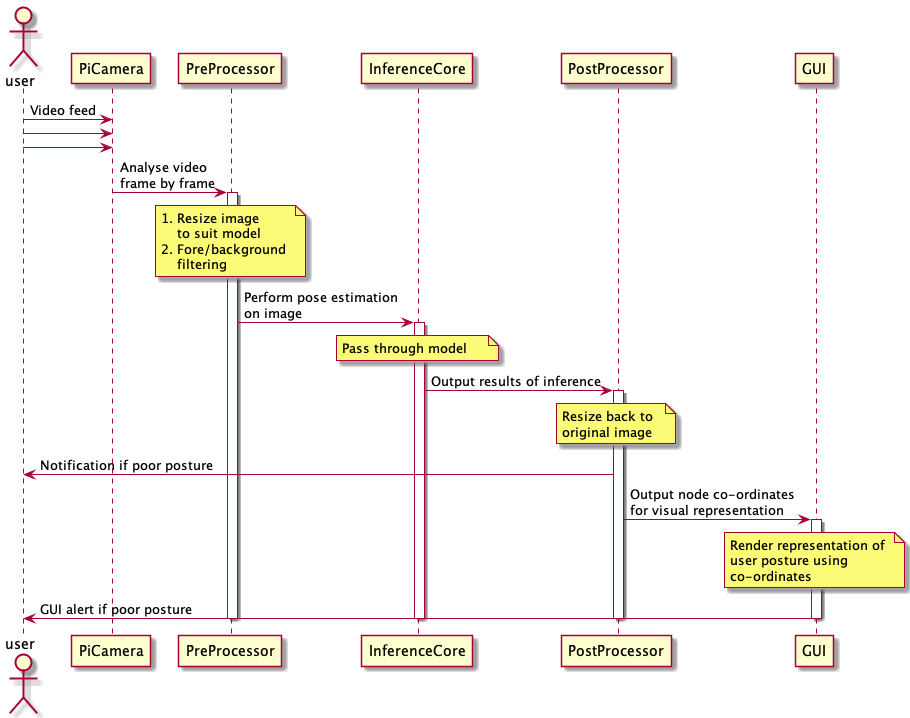
The PlantUML diagram docs/images/sequence-diagram.png in ESE-Peasy/PosturePerfection, before a commit. Source of this version:
```plantuml
@startuml
actor user
participant PiCamera
participant PreProcessor
participant InferenceCore
participant PostProcessor
participant GUI

user -> PiCamera: Video feed
user -> PiCamera:
user -> PiCamera:
PiCamera -> PreProcessor: Analyse video \nframe by frame
activate PreProcessor
note over PreProcessor
    1. Resize image
        to suit model
    2. Fore/background
        filtering
end note
PreProcessor -> InferenceCore: Perform pose estimation \non image
activate InferenceCore

note over InferenceCore
    Pass through model
end note

InferenceCore -> PostProcessor : Output results of inference

activate PostProcessor

note over PostProcessor
    Resize back to
    original image
end note

user <- PostProcessor : Notification if poor posture

PostProcessor -> GUI : Output node co-ordinates \nfor visual representation
activate GUI
note over GUI
    Render representation of
    user posture using
    co-ordinates
end note
user <- GUI : GUI alert if poor posture

deactivate
deactivate
deactivate
deactivate


@enduml
```
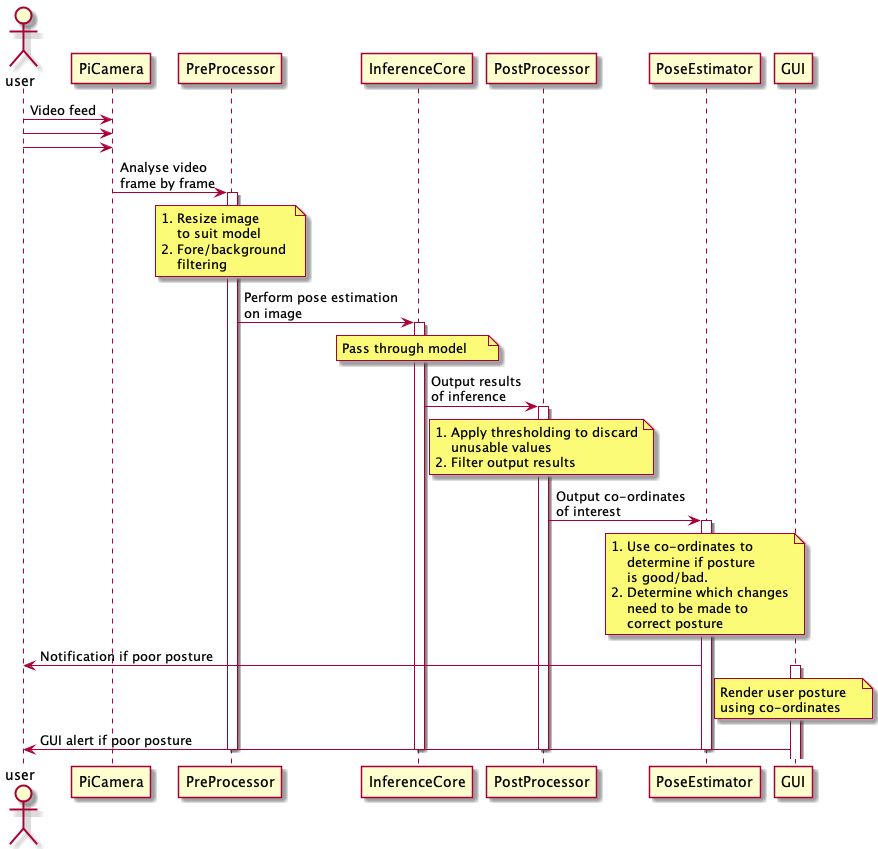
The same diagram one commit later.

Commit message:
Update sequence diagram and documentation

Diff of the diagram source:
```diff
@@ -4,6 +4,7 @@
 participant PreProcessor
 participant InferenceCore
 participant PostProcessor
+participant PoseEstimator
 participant GUI
 
 user -> PiCamera: Video feed
@@ -24,23 +25,35 @@
     Pass through model
 end note
 
-InferenceCore -> PostProcessor : Output results of inference
+InferenceCore -> PostProcessor : Output results \nof inference
 
 activate PostProcessor
 
 note over PostProcessor
-    Resize back to
-    original image
+    1. Apply thresholding to discard
+        unusable values
+    2. Filter output results
 end note
 
-user <- PostProcessor : Notification if poor posture
+PostProcessor -> PoseEstimator : Output co-ordinates \nof interest
 
-PostProcessor -> GUI : Output node co-ordinates \nfor visual representation
+activate PoseEstimator
+
+note over PoseEstimator
+    1. Use co-ordinates to
+        determine if posture
+        is good/bad.
+    2. Determine which changes
+        need to be made to
+        correct posture
+end note
+
+user <- PoseEstimator : Notification if poor posture
+
 activate GUI
 note over GUI
-    Render representation of
-    user posture using
-    co-ordinates
+    Render user posture
+    using co-ordinates
 end note
 user <- GUI : GUI alert if poor posture
 
@@ -48,6 +61,7 @@
 deactivate
 deactivate
 deactivate
+deactivate
 
 
 @enduml
```
